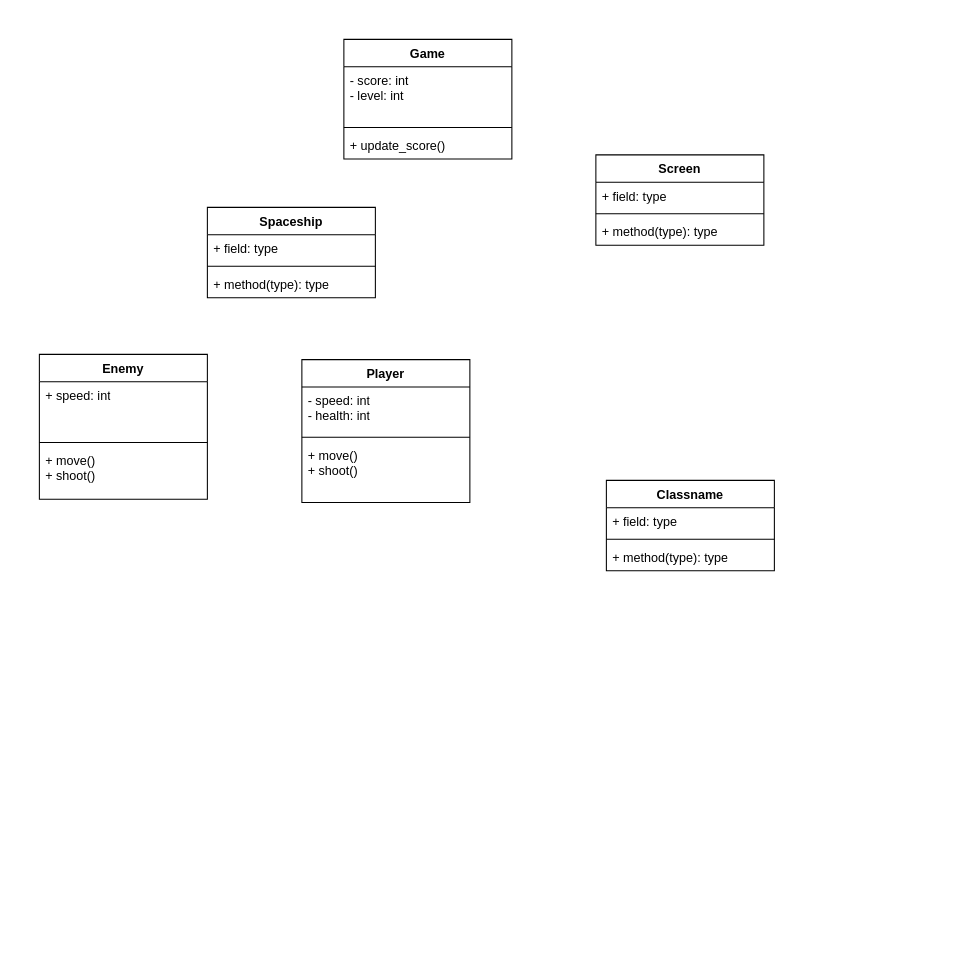
Before: T_FINAL/Diagramas/Diagrama sem nome.drawio in eduperottoni/ine5412-sistemas-operacionais-I, a draw.io diagram. Source tidied: cells renumbered, new cells numbered last; positions are measured from the earlier drawing's top-left corner, leaving out a move shared by most shapes. Both pictures are drawn from the tidied source at 105%, with x=0, y=0 at pixel (39, 39).
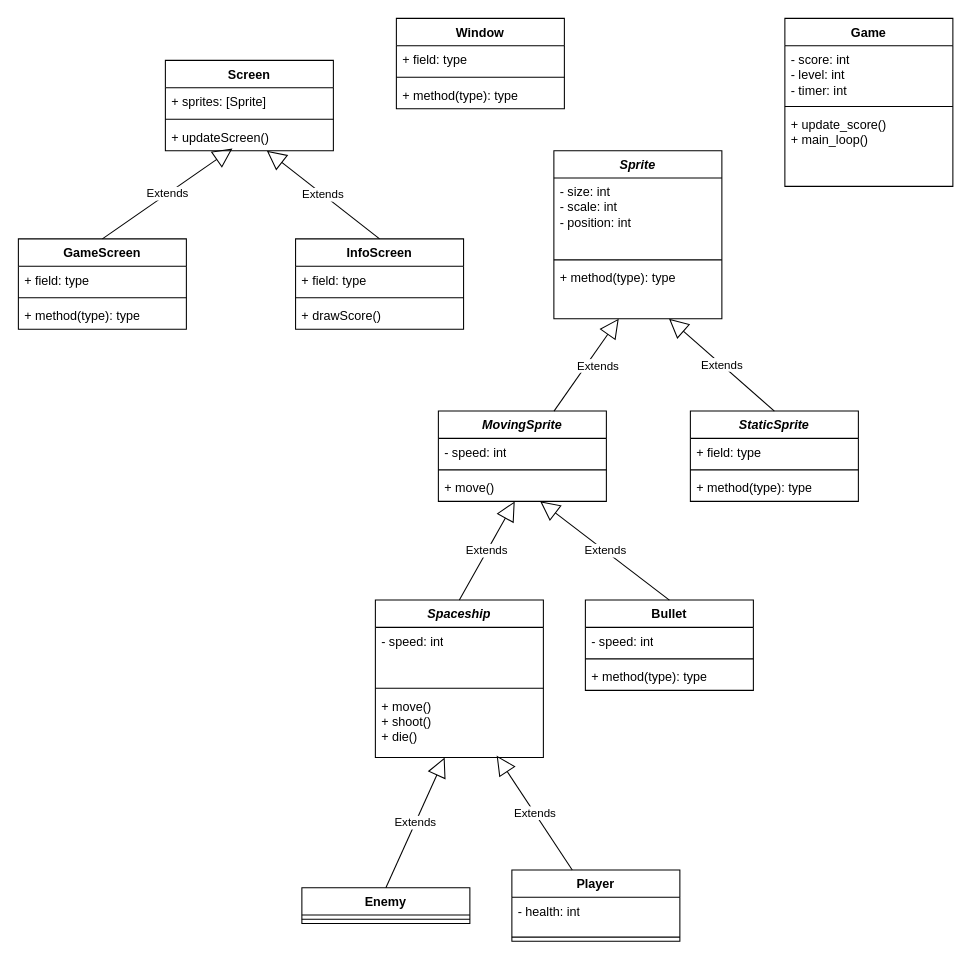
After the change.

The edit, as a diff of the source:
```diff
@@
     <mxCell id="2" value="Player" style="swimlane;fontStyle=1;align=center;verticalAlign=top;horizontal=1;startSize=26;whiteSpace=wrap;html=1;" parent="1" vertex="1">
-      <mxGeometry x="250" y="305" width="160" height="136" as="geometry" />
+      <mxGeometry x="450" y="791" width="160" height="68" as="geometry" />
     </mxCell>
-    <mxCell id="3" value="- speed: int&lt;br&gt;- health: int" style="text;strokeColor=none;fillColor=none;align=left;verticalAlign=top;spacingLeft=4;spacingRight=4;overflow=hidden;whiteSpace=wrap;html=1;" parent="2" vertex="1">
-      <mxGeometry y="26" width="160" height="44" as="geometry" />
+    <mxCell id="3" value="- health: int" style="text;strokeColor=none;fillColor=none;align=left;verticalAlign=top;spacingLeft=4;spacingRight=4;overflow=hidden;whiteSpace=wrap;html=1;" parent="2" vertex="1">
+      <mxGeometry y="26" width="160" height="34" as="geometry" />
     </mxCell>
     <mxCell id="4" style="line;strokeWidth=1;fillColor=none;align=left;verticalAlign=middle;spacingTop=-1;spacingLeft=3;spacingRight=3;labelPosition=right;strokeColor=inherit;" parent="2" vertex="1">
-      <mxGeometry y="70" width="160" height="8" as="geometry" />
+      <mxGeometry y="60" width="160" height="8" as="geometry" />
     </mxCell>
-    <mxCell id="5" value="+ move()&lt;br&gt;+ shoot()" style="text;strokeColor=none;fillColor=none;align=left;verticalAlign=top;spacingLeft=4;spacingRight=4;overflow=hidden;whiteSpace=wrap;html=1;" parent="2" vertex="1">
-      <mxGeometry y="78" width="160" height="58" as="geometry" />
-    </mxCell>
-    <mxCell id="6" value="Classname" style="swimlane;fontStyle=1;align=center;verticalAlign=top;horizontal=1;startSize=26;whiteSpace=wrap;html=1;" parent="1" vertex="1">
-      <mxGeometry x="540" y="420" width="160" height="86" as="geometry" />
+    <mxCell id="6" value="Bullet" style="swimlane;fontStyle=1;align=center;verticalAlign=top;horizontal=1;startSize=26;whiteSpace=wrap;html=1;" parent="1" vertex="1">
+      <mxGeometry x="520" y="534" width="160" height="86" as="geometry" />
     </mxCell>
-    <mxCell id="7" value="+ field: type" style="text;strokeColor=none;fillColor=none;align=left;verticalAlign=top;spacingLeft=4;spacingRight=4;overflow=hidden;whiteSpace=wrap;html=1;" parent="6" vertex="1">
+    <mxCell id="7" value="- speed: int" style="text;strokeColor=none;fillColor=none;align=left;verticalAlign=top;spacingLeft=4;spacingRight=4;overflow=hidden;whiteSpace=wrap;html=1;" parent="6" vertex="1">
       <mxGeometry y="26" width="160" height="26" as="geometry" />
     </mxCell>
@@
     <mxCell id="10" value="Enemy" style="swimlane;fontStyle=1;align=center;verticalAlign=top;horizontal=1;startSize=26;whiteSpace=wrap;html=1;" parent="1" vertex="1">
-      <mxGeometry y="300" width="160" height="138" as="geometry" />
+      <mxGeometry x="250" y="808" width="160" height="34" as="geometry" />
     </mxCell>
-    <mxCell id="11" value="+ speed: int" style="text;strokeColor=none;fillColor=none;align=left;verticalAlign=top;spacingLeft=4;spacingRight=4;overflow=hidden;whiteSpace=wrap;html=1;" parent="10" vertex="1">
-      <mxGeometry y="26" width="160" height="54" as="geometry" />
-    </mxCell>
     <mxCell id="12" style="line;strokeWidth=1;fillColor=none;align=left;verticalAlign=middle;spacingTop=-1;spacingLeft=3;spacingRight=3;labelPosition=right;strokeColor=inherit;" parent="10" vertex="1">
-      <mxGeometry y="80" width="160" height="8" as="geometry" />
+      <mxGeometry y="26" width="160" height="8" as="geometry" />
     </mxCell>
-    <mxCell id="13" value="+ move()&lt;br&gt;+ shoot()" style="text;strokeColor=none;fillColor=none;align=left;verticalAlign=top;spacingLeft=4;spacingRight=4;overflow=hidden;whiteSpace=wrap;html=1;" parent="10" vertex="1">
-      <mxGeometry y="88" width="160" height="50" as="geometry" />
-    </mxCell>
     <mxCell id="14" value="Screen" style="swimlane;fontStyle=1;align=center;verticalAlign=top;horizontal=1;startSize=26;whiteSpace=wrap;html=1;" parent="1" vertex="1">
-      <mxGeometry x="530" y="110" width="160" height="86" as="geometry" />
+      <mxGeometry x="120" y="20" width="160" height="86" as="geometry" />
     </mxCell>
-    <mxCell id="15" value="+ field: type" style="text;strokeColor=none;fillColor=none;align=left;verticalAlign=top;spacingLeft=4;spacingRight=4;overflow=hidden;whiteSpace=wrap;html=1;" parent="14" vertex="1">
+    <mxCell id="15" value="+ sprites: [Sprite]" style="text;strokeColor=none;fillColor=none;align=left;verticalAlign=top;spacingLeft=4;spacingRight=4;overflow=hidden;whiteSpace=wrap;html=1;" parent="14" vertex="1">
       <mxGeometry y="26" width="160" height="26" as="geometry" />
     </mxCell>
@@
-    <mxCell id="17" value="+ method(type): type" style="text;strokeColor=none;fillColor=none;align=left;verticalAlign=top;spacingLeft=4;spacingRight=4;overflow=hidden;points=[[0,0.5],[1,0.5]];portConstraint=eastwest;whiteSpace=wrap;html=1;" parent="14" vertex="1">
+    <mxCell id="17" value="+ updateScreen()" style="text;strokeColor=none;fillColor=none;align=left;verticalAlign=top;spacingLeft=4;spacingRight=4;overflow=hidden;points=[[0,0.5],[1,0.5]];portConstraint=eastwest;whiteSpace=wrap;html=1;" parent="14" vertex="1">
       <mxGeometry y="60" width="160" height="26" as="geometry" />
     </mxCell>
     <mxCell id="18" value="Game" style="swimlane;fontStyle=1;align=center;verticalAlign=top;horizontal=1;startSize=26;whiteSpace=wrap;html=1;" parent="1" vertex="1">
-      <mxGeometry x="290" width="160" height="114" as="geometry" />
+      <mxGeometry x="710" y="-20" width="160" height="160" as="geometry" />
     </mxCell>
-    <mxCell id="19" value="- score: int&lt;br&gt;- level: int" style="text;strokeColor=none;fillColor=none;align=left;verticalAlign=top;spacingLeft=4;spacingRight=4;overflow=hidden;whiteSpace=wrap;html=1;" parent="18" vertex="1">
+    <mxCell id="19" value="- score: int&lt;br&gt;- level: int&lt;br&gt;- timer: int" style="text;strokeColor=none;fillColor=none;align=left;verticalAlign=top;spacingLeft=4;spacingRight=4;overflow=hidden;whiteSpace=wrap;html=1;" parent="18" vertex="1">
       <mxGeometry y="26" width="160" height="54" as="geometry" />
     </mxCell>
@@
-    <mxCell id="21" value="+ update_score()" style="text;strokeColor=none;fillColor=none;align=left;verticalAlign=top;spacingLeft=4;spacingRight=4;overflow=hidden;whiteSpace=wrap;html=1;" parent="18" vertex="1">
-      <mxGeometry y="88" width="160" height="26" as="geometry" />
+    <mxCell id="21" value="+ update_score()&lt;br&gt;+ main_loop()" style="text;strokeColor=none;fillColor=none;align=left;verticalAlign=top;spacingLeft=4;spacingRight=4;overflow=hidden;whiteSpace=wrap;html=1;" parent="18" vertex="1">
+      <mxGeometry y="88" width="160" height="72" as="geometry" />
     </mxCell>
-    <mxCell id="22" value="Spaceship" style="swimlane;fontStyle=1;align=center;verticalAlign=top;horizontal=1;startSize=26;whiteSpace=wrap;html=1;" parent="1" vertex="1">
-      <mxGeometry x="160" y="160" width="160" height="86" as="geometry" />
+    <mxCell id="22" value="&lt;i&gt;Spaceship&lt;/i&gt;" style="swimlane;fontStyle=1;align=center;verticalAlign=top;horizontal=1;startSize=26;whiteSpace=wrap;html=1;" parent="1" vertex="1">
+      <mxGeometry x="320" y="534" width="160" height="150" as="geometry" />
     </mxCell>
-    <mxCell id="23" value="+ field: type" style="text;strokeColor=none;fillColor=none;align=left;verticalAlign=top;spacingLeft=4;spacingRight=4;overflow=hidden;whiteSpace=wrap;html=1;" parent="22" vertex="1">
-      <mxGeometry y="26" width="160" height="26" as="geometry" />
+    <mxCell id="23" value="- speed: int" style="text;strokeColor=none;fillColor=none;align=left;verticalAlign=top;spacingLeft=4;spacingRight=4;overflow=hidden;whiteSpace=wrap;html=1;" parent="22" vertex="1">
+      <mxGeometry y="26" width="160" height="54" as="geometry" />
     </mxCell>
     <mxCell id="24" style="line;strokeWidth=1;fillColor=none;align=left;verticalAlign=middle;spacingTop=-1;spacingLeft=3;spacingRight=3;labelPosition=right;strokeColor=inherit;" parent="22" vertex="1">
-      <mxGeometry y="52" width="160" height="8" as="geometry" />
+      <mxGeometry y="80" width="160" height="8" as="geometry" />
     </mxCell>
-    <mxCell id="25" value="+ method(type): type" style="text;strokeColor=none;fillColor=none;align=left;verticalAlign=top;spacingLeft=4;spacingRight=4;overflow=hidden;points=[[0,0.5],[1,0.5]];portConstraint=eastwest;whiteSpace=wrap;html=1;" parent="22" vertex="1">
-      <mxGeometry y="60" width="160" height="26" as="geometry" />
+    <mxCell id="25" value="+ move()&lt;br&gt;+ shoot()&lt;br&gt;+ die()" style="text;strokeColor=none;fillColor=none;align=left;verticalAlign=top;spacingLeft=4;spacingRight=4;overflow=hidden;points=[[0,0.5],[1,0.5]];portConstraint=eastwest;whiteSpace=wrap;html=1;" parent="22" vertex="1">
+      <mxGeometry y="88" width="160" height="62" as="geometry" />
     </mxCell>
+    <mxCell id="26" value="Extends" style="endArrow=block;endSize=16;endFill=0;html=1;rounded=0;exitX=0.5;exitY=0;exitDx=0;exitDy=0;" parent="1" edge="1" source="10" target="25">
+      <mxGeometry relative="1" as="geometry" />
+    </mxCell>
+    <mxCell id="27" value="Extends" style="endArrow=block;endSize=16;endFill=0;html=1;rounded=0;entryX=0.722;entryY=0.97;entryDx=0;entryDy=0;entryPerimeter=0;" parent="1" edge="1" source="2" target="25">
+      <mxGeometry relative="1" as="geometry" />
+    </mxCell>
+    <mxCell id="28" value="&lt;i&gt;Sprite&lt;/i&gt;" style="swimlane;fontStyle=1;align=center;verticalAlign=top;horizontal=1;startSize=26;whiteSpace=wrap;html=1;" parent="1" vertex="1">
+      <mxGeometry x="490" y="106" width="160" height="160" as="geometry" />
+    </mxCell>
+    <mxCell id="29" value="- size: int&lt;br&gt;- scale: int&lt;br&gt;- position: int" style="text;strokeColor=none;fillColor=none;align=left;verticalAlign=top;spacingLeft=4;spacingRight=4;overflow=hidden;whiteSpace=wrap;html=1;" parent="28" vertex="1">
+      <mxGeometry y="26" width="160" height="74" as="geometry" />
+    </mxCell>
+    <mxCell id="30" style="line;strokeWidth=1;fillColor=none;align=left;verticalAlign=middle;spacingTop=-1;spacingLeft=3;spacingRight=3;labelPosition=right;strokeColor=inherit;" parent="28" vertex="1">
+      <mxGeometry y="100" width="160" height="8" as="geometry" />
+    </mxCell>
+    <mxCell id="31" value="+ method(type): type" style="text;strokeColor=none;fillColor=none;align=left;verticalAlign=top;spacingLeft=4;spacingRight=4;overflow=hidden;points=[[0,0.5],[1,0.5]];portConstraint=eastwest;whiteSpace=wrap;html=1;" parent="28" vertex="1">
+      <mxGeometry y="108" width="160" height="52" as="geometry" />
+    </mxCell>
+    <mxCell id="32" value="Extends" style="endArrow=block;endSize=16;endFill=0;html=1;rounded=0;exitX=0.5;exitY=0;exitDx=0;exitDy=0;" parent="1" edge="1" source="6" target="37">
+      <mxGeometry relative="1" as="geometry" />
+    </mxCell>
+    <mxCell id="33" value="Extends" style="endArrow=block;endSize=16;endFill=0;html=1;rounded=0;exitX=0.5;exitY=0;exitDx=0;exitDy=0;" parent="1" edge="1" source="22" target="37">
+      <mxGeometry relative="1" as="geometry" />
+    </mxCell>
+    <mxCell id="34" value="&lt;i&gt;MovingSprite&lt;/i&gt;" style="swimlane;fontStyle=1;align=center;verticalAlign=top;horizontal=1;startSize=26;whiteSpace=wrap;html=1;" parent="1" vertex="1">
+      <mxGeometry x="380" y="354" width="160" height="86" as="geometry" />
+    </mxCell>
+    <mxCell id="35" value="- speed: int" style="text;strokeColor=none;fillColor=none;align=left;verticalAlign=top;spacingLeft=4;spacingRight=4;overflow=hidden;whiteSpace=wrap;html=1;" parent="34" vertex="1">
+      <mxGeometry y="26" width="160" height="26" as="geometry" />
+    </mxCell>
+    <mxCell id="36" style="line;strokeWidth=1;fillColor=none;align=left;verticalAlign=middle;spacingTop=-1;spacingLeft=3;spacingRight=3;labelPosition=right;strokeColor=inherit;" parent="34" vertex="1">
+      <mxGeometry y="52" width="160" height="8" as="geometry" />
+    </mxCell>
+    <mxCell id="37" value="+ move()" style="text;strokeColor=none;fillColor=none;align=left;verticalAlign=top;spacingLeft=4;spacingRight=4;overflow=hidden;points=[[0,0.5],[1,0.5]];portConstraint=eastwest;whiteSpace=wrap;html=1;" parent="34" vertex="1">
+      <mxGeometry y="60" width="160" height="26" as="geometry" />
+    </mxCell>
+    <mxCell id="38" value="Extends" style="endArrow=block;endSize=16;endFill=0;html=1;rounded=0;" parent="1" edge="1" source="34" target="31">
+      <mxGeometry x="0.12" y="-10" relative="1" as="geometry">
+        <mxPoint x="-1" as="offset" />
+      </mxGeometry>
+    </mxCell>
+    <mxCell id="39" value="&lt;i&gt;StaticSprite&lt;/i&gt;" style="swimlane;fontStyle=1;align=center;verticalAlign=top;horizontal=1;startSize=26;whiteSpace=wrap;html=1;" parent="1" vertex="1">
+      <mxGeometry x="620" y="354" width="160" height="86" as="geometry" />
+    </mxCell>
+    <mxCell id="40" value="+ field: type" style="text;strokeColor=none;fillColor=none;align=left;verticalAlign=top;spacingLeft=4;spacingRight=4;overflow=hidden;whiteSpace=wrap;html=1;" parent="39" vertex="1">
+      <mxGeometry y="26" width="160" height="26" as="geometry" />
+    </mxCell>
+    <mxCell id="41" style="line;strokeWidth=1;fillColor=none;align=left;verticalAlign=middle;spacingTop=-1;spacingLeft=3;spacingRight=3;labelPosition=right;strokeColor=inherit;" parent="39" vertex="1">
+      <mxGeometry y="52" width="160" height="8" as="geometry" />
+    </mxCell>
+    <mxCell id="42" value="+ method(type): type" style="text;strokeColor=none;fillColor=none;align=left;verticalAlign=top;spacingLeft=4;spacingRight=4;overflow=hidden;whiteSpace=wrap;html=1;" parent="39" vertex="1">
+      <mxGeometry y="60" width="160" height="26" as="geometry" />
+    </mxCell>
+    <mxCell id="43" value="Extends" style="endArrow=block;endSize=16;endFill=0;html=1;rounded=0;exitX=0.5;exitY=0;exitDx=0;exitDy=0;" parent="1" edge="1" source="39" target="31">
+      <mxGeometry relative="1" as="geometry" />
+    </mxCell>
+    <mxCell id="44" value="GameScreen" style="swimlane;fontStyle=1;align=center;verticalAlign=top;horizontal=1;startSize=26;whiteSpace=wrap;html=1;" parent="1" vertex="1">
+      <mxGeometry x="-20" y="190" width="160" height="86" as="geometry" />
+    </mxCell>
+    <mxCell id="45" value="+ field: type" style="text;strokeColor=none;fillColor=none;align=left;verticalAlign=top;spacingLeft=4;spacingRight=4;overflow=hidden;whiteSpace=wrap;html=1;" parent="44" vertex="1">
+      <mxGeometry y="26" width="160" height="26" as="geometry" />
+    </mxCell>
+    <mxCell id="46" style="line;strokeWidth=1;fillColor=none;align=left;verticalAlign=middle;spacingTop=-1;spacingLeft=3;spacingRight=3;labelPosition=right;strokeColor=inherit;" parent="44" vertex="1">
+      <mxGeometry y="52" width="160" height="8" as="geometry" />
+    </mxCell>
+    <mxCell id="47" value="+ method(type): type" style="text;strokeColor=none;fillColor=none;align=left;verticalAlign=top;spacingLeft=4;spacingRight=4;overflow=hidden;whiteSpace=wrap;html=1;" parent="44" vertex="1">
+      <mxGeometry y="60" width="160" height="26" as="geometry" />
+    </mxCell>
+    <mxCell id="48" value="InfoScreen" style="swimlane;fontStyle=1;align=center;verticalAlign=top;horizontal=1;startSize=26;whiteSpace=wrap;html=1;" parent="1" vertex="1">
+      <mxGeometry x="244" y="190" width="160" height="86" as="geometry" />
+    </mxCell>
+    <mxCell id="49" value="+ field: type" style="text;strokeColor=none;fillColor=none;align=left;verticalAlign=top;spacingLeft=4;spacingRight=4;overflow=hidden;whiteSpace=wrap;html=1;" parent="48" vertex="1">
+      <mxGeometry y="26" width="160" height="26" as="geometry" />
+    </mxCell>
+    <mxCell id="50" style="line;strokeWidth=1;fillColor=none;align=left;verticalAlign=middle;spacingTop=-1;spacingLeft=3;spacingRight=3;labelPosition=right;strokeColor=inherit;" parent="48" vertex="1">
+      <mxGeometry y="52" width="160" height="8" as="geometry" />
+    </mxCell>
+    <mxCell id="51" value="+ drawScore()" style="text;strokeColor=none;fillColor=none;align=left;verticalAlign=top;spacingLeft=4;spacingRight=4;overflow=hidden;whiteSpace=wrap;html=1;" parent="48" vertex="1">
+      <mxGeometry y="60" width="160" height="26" as="geometry" />
+    </mxCell>
+    <mxCell id="52" value="Extends" style="endArrow=block;endSize=16;endFill=0;html=1;rounded=0;exitX=0.5;exitY=0;exitDx=0;exitDy=0;" parent="1" edge="1" source="48" target="17">
+      <mxGeometry relative="1" as="geometry" />
+    </mxCell>
+    <mxCell id="53" value="Extends" style="endArrow=block;endSize=16;endFill=0;html=1;rounded=0;entryX=0.399;entryY=0.923;entryDx=0;entryDy=0;entryPerimeter=0;exitX=0.5;exitY=0;exitDx=0;exitDy=0;" parent="1" edge="1" source="44" target="17">
+      <mxGeometry relative="1" as="geometry" />
+    </mxCell>
+    <mxCell id="54" value="Window" style="swimlane;fontStyle=1;align=center;verticalAlign=top;horizontal=1;startSize=26;whiteSpace=wrap;html=1;" parent="1" vertex="1">
+      <mxGeometry x="340" y="-20" width="160" height="86" as="geometry" />
+    </mxCell>
+    <mxCell id="55" value="+ field: type" style="text;strokeColor=none;fillColor=none;align=left;verticalAlign=top;spacingLeft=4;spacingRight=4;overflow=hidden;whiteSpace=wrap;html=1;" parent="54" vertex="1">
+      <mxGeometry y="26" width="160" height="26" as="geometry" />
+    </mxCell>
+    <mxCell id="56" style="line;strokeWidth=1;fillColor=none;align=left;verticalAlign=middle;spacingTop=-1;spacingLeft=3;spacingRight=3;labelPosition=right;strokeColor=inherit;" parent="54" vertex="1">
+      <mxGeometry y="52" width="160" height="8" as="geometry" />
+    </mxCell>
+    <mxCell id="57" value="+ method(type): type" style="text;strokeColor=none;fillColor=none;align=left;verticalAlign=top;spacingLeft=4;spacingRight=4;overflow=hidden;whiteSpace=wrap;html=1;" parent="54" vertex="1">
+      <mxGeometry y="60" width="160" height="26" as="geometry" />
+    </mxCell>
```
